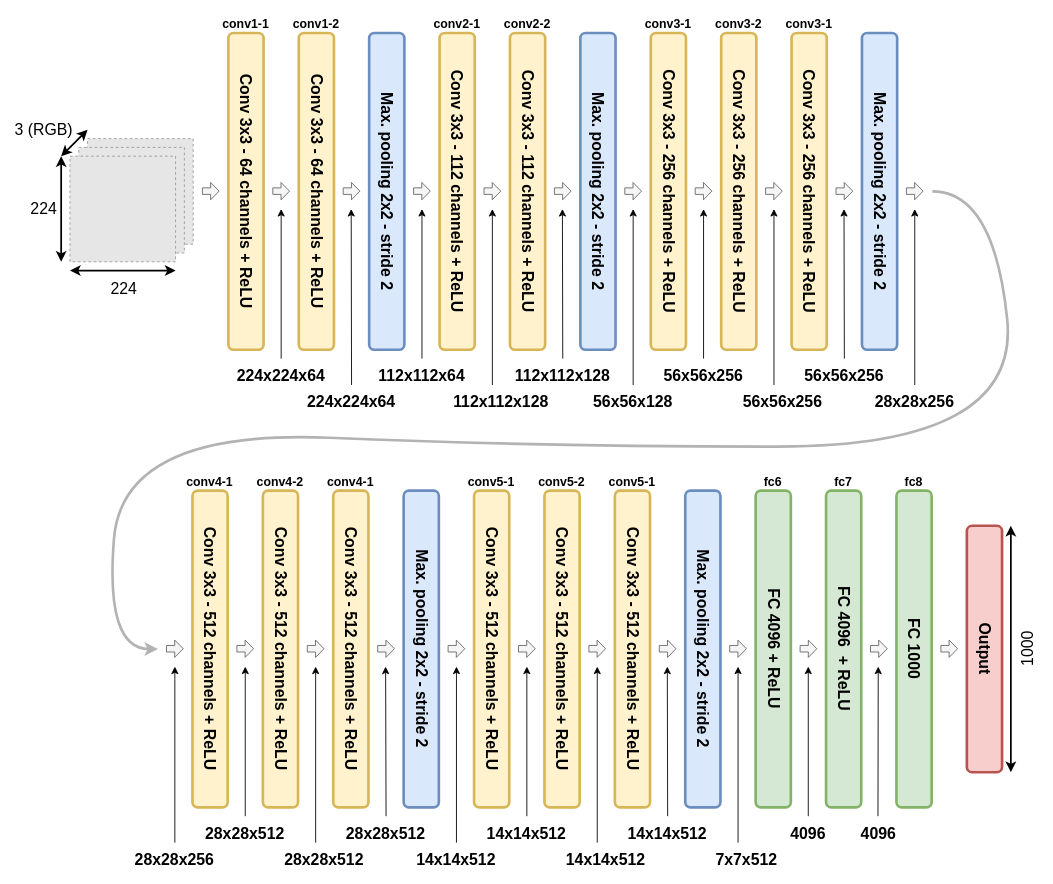
This is content/lecture09/assets/vgg16.drawio from technion046195/technion046195, a draw.io file, before an edit. Source tidied: cells renumbered, new cells numbered last; positions are measured from the earlier drawing's top-left corner, leaving out a move shared by most shapes. Both pictures are drawn from the tidied source at 88%, with x=0, y=0 at pixel (61, 15). Pictures stored in the file or linked from it are replaced by grey dashed boxes.
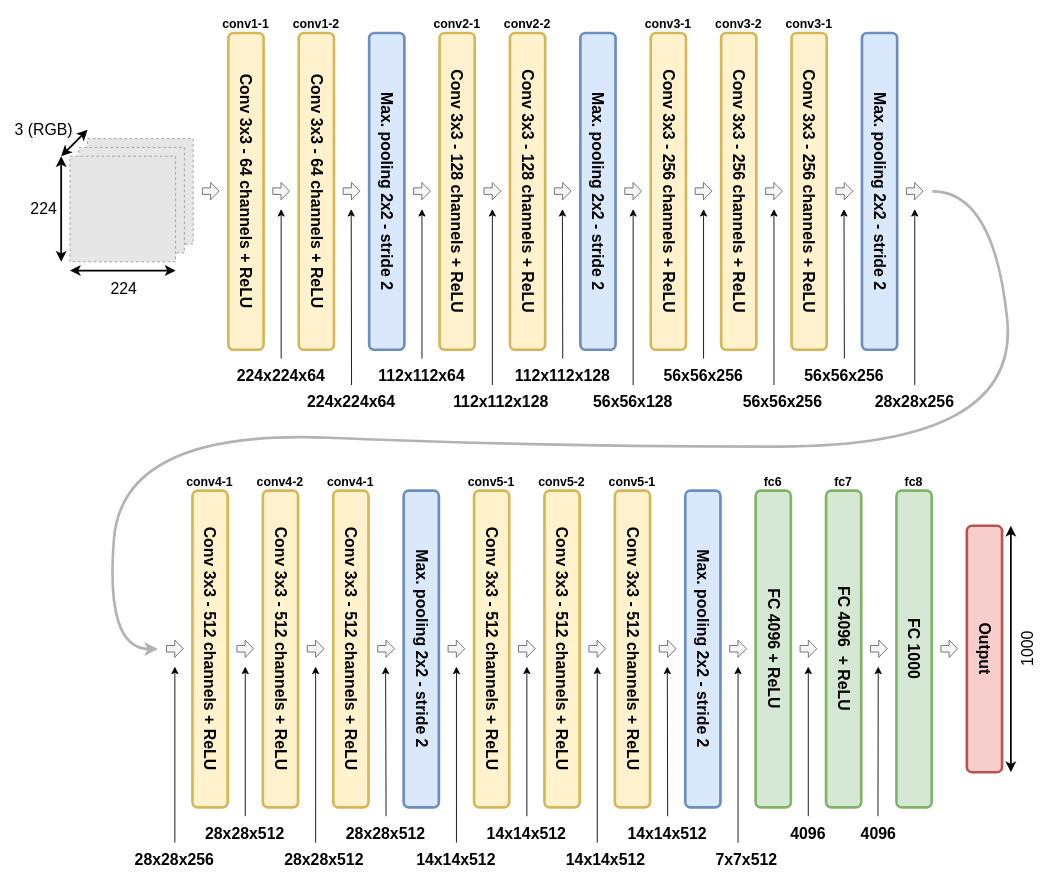
The same page after the edit.

The edit, as a diff of the source:
```diff
@@
-    <mxCell id="36" value="Conv 3x3 - 112 channels&amp;nbsp;+ ReLU" style="rounded=1;whiteSpace=wrap;html=1;fillColor=#fff2cc;strokeColor=#d6b656;strokeWidth=3;horizontal=0;rotation=-180;fontStyle=1;fontSize=18;" parent="1" vertex="1">
+    <mxCell id="36" value="Conv 3x3 - 128 channels&amp;nbsp;+ ReLU" style="rounded=1;whiteSpace=wrap;html=1;fillColor=#fff2cc;strokeColor=#d6b656;strokeWidth=3;horizontal=0;rotation=-180;fontStyle=1;fontSize=18;" parent="1" vertex="1">
       <mxGeometry x="430" y="20" width="40" height="360" as="geometry" />
     </mxCell>
@@
-    <mxCell id="45" value="Conv 3x3 - 112 channels&amp;nbsp;+ ReLU" style="rounded=1;whiteSpace=wrap;html=1;fillColor=#fff2cc;strokeColor=#d6b656;strokeWidth=3;horizontal=0;rotation=-180;fontStyle=1;fontSize=18;" parent="1" vertex="1">
+    <mxCell id="45" value="Conv 3x3 - 128 channels&amp;nbsp;+ ReLU" style="rounded=1;whiteSpace=wrap;html=1;fillColor=#fff2cc;strokeColor=#d6b656;strokeWidth=3;horizontal=0;rotation=-180;fontStyle=1;fontSize=18;" parent="1" vertex="1">
       <mxGeometry x="510" y="20" width="40" height="360" as="geometry" />
     </mxCell>
```
